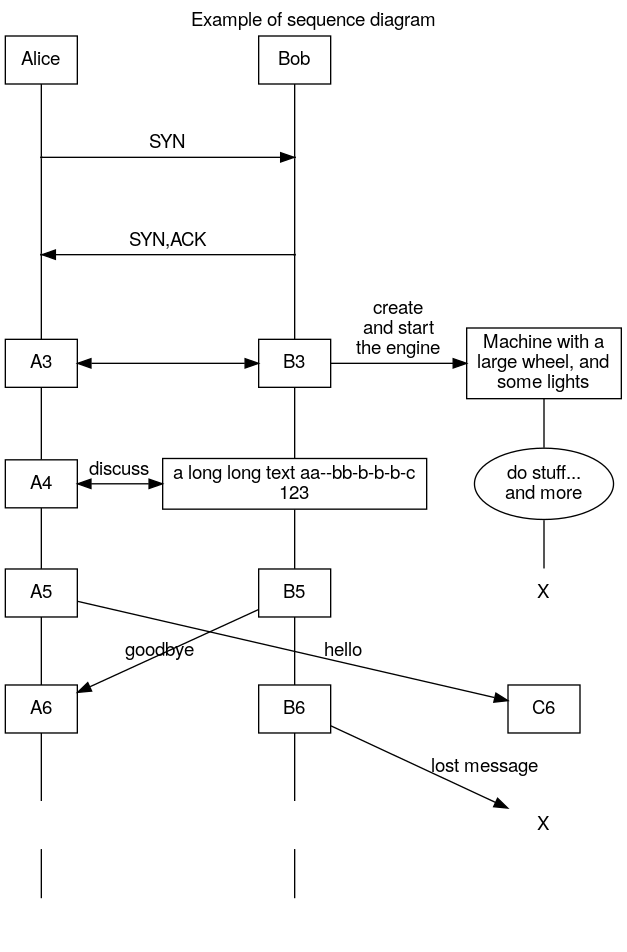
Earlier version of the Graphviz export graphviz/sequence2.png (goeb/reference). Its source is kept beside it as graphviz/sequence2.dot.
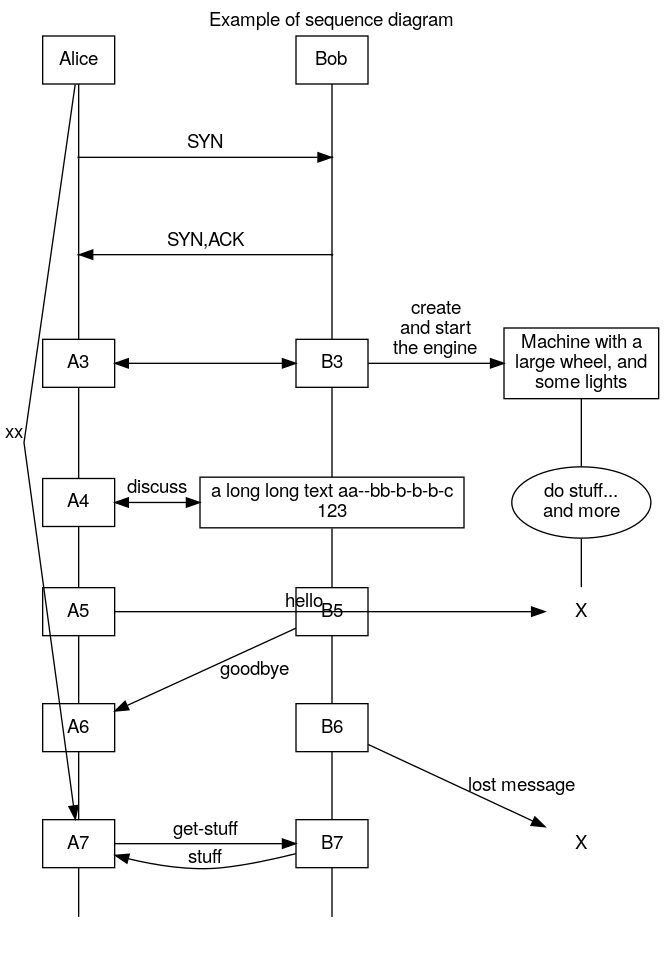
The same diagram one commit later.

The edit, as a diff of the source:
```diff
@@ -1,6 +1,6 @@
 digraph
 {
-splines=false // have strait edges
+splines=line // have strait edges
 	fontname="Helvetica,Arial,sans-serif"
 	node [fontname="Helvetica,Arial,sans-serif"]
 	edge [fontname="Helvetica,Arial,sans-serif"]
@@ -12,6 +12,7 @@
 	A0 [label=Alice,fixedsize=false]
     B0 [label=Bob]
 	C3 [label="Machine with a\nlarge wheel, and\nsome lights"]
+A0 -> A7 [label="xx"]
 
 	A1[shape=circle,width=0.01,fixedsize=true,label=""]
 	A2[shape=circle,width=0.01,fixedsize=true,label=""]
@@ -25,13 +26,15 @@
 	B4 [label="a long long text aa--bb-b-b-b-c\n123"]
 
 
-	A5 -> C6 [label="hello"]
+	A5 -> C5 [xlabel="hello"]
 	B5 -> A6 [label="goodbye"]
 	B6 -> C7 [label="lost message"]
 	C7 [label=X,shape=none]
 	A4 -> B4 [label="discuss",dir=both]
 	A3 -> B3 [label=" ",dir=both] // put a SPACE, otherwise the edge may be curved
 
+	A7 -> B7 [label="get-stuff"]
+	B7 -> A7 [label="stuff"]
 
 	edge [weight=1000,arrowhead=none]//,style=invis]
 
```
